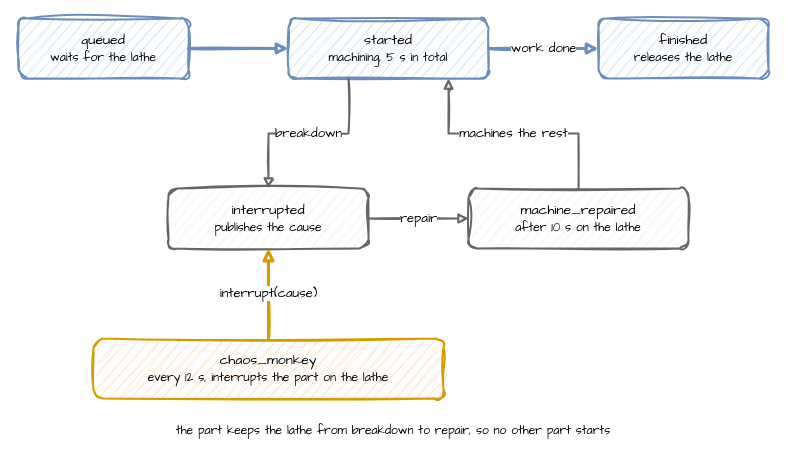
Before: docs/assets/diagrams/breakdown-interrupt.drawio in jaehyeon-kim/desflow, a draw.io diagram. Source tidied: cells renumbered, new cells numbered last; positions are measured from the earlier drawing's top-left corner, leaving out a move shared by most shapes. Both pictures are drawn from the tidied source at 100%, with x=0, y=0 at pixel (18, 18).
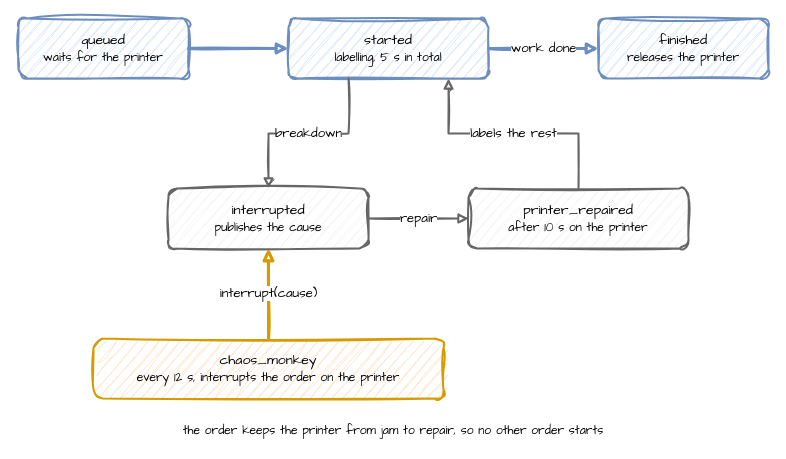
The same diagram, later.

What changed in the source:
```diff
@@
 <mxGraphModel>
   <root>
     <mxCell id="0" />
     <mxCell id="1" parent="0" />
-    <mxCell id="2" value="queued&lt;br&gt;&lt;font style='font-size:12px'&gt;waits for the lathe&lt;/font&gt;" style="rounded=1;whiteSpace=wrap;html=1;sketch=1;curveFitting=1;jiggle=2;fontFamily=Comic Sans MS;fontSize=14;fillColor=#dae8fc;strokeColor=#6c8ebf;strokeWidth=2;" parent="1" vertex="1">
+    <mxCell id="2" value="queued&lt;br&gt;&lt;font style='font-size:12px'&gt;waits for the printer&lt;/font&gt;" style="rounded=1;whiteSpace=wrap;html=1;sketch=1;curveFitting=1;jiggle=2;fontFamily=Comic Sans MS;fontSize=14;fillColor=#dae8fc;strokeColor=#6c8ebf;strokeWidth=2;" parent="1" vertex="1">
       <mxGeometry width="170" height="60" as="geometry" />
     </mxCell>
-    <mxCell id="3" value="started&lt;br&gt;&lt;font style='font-size:12px'&gt;machining, 5 s in total&lt;/font&gt;" style="rounded=1;whiteSpace=wrap;html=1;sketch=1;curveFitting=1;jiggle=2;fontFamily=Comic Sans MS;fontSize=14;fillColor=#dae8fc;strokeColor=#6c8ebf;strokeWidth=2;" parent="1" vertex="1">
+    <mxCell id="3" value="started&lt;br&gt;&lt;font style='font-size:12px'&gt;labelling, 5 s in total&lt;/font&gt;" style="rounded=1;whiteSpace=wrap;html=1;sketch=1;curveFitting=1;jiggle=2;fontFamily=Comic Sans MS;fontSize=14;fillColor=#dae8fc;strokeColor=#6c8ebf;strokeWidth=2;" parent="1" vertex="1">
       <mxGeometry x="270" width="200" height="60" as="geometry" />
     </mxCell>
-    <mxCell id="4" value="finished&lt;br&gt;&lt;font style='font-size:12px'&gt;releases the lathe&lt;/font&gt;" style="rounded=1;whiteSpace=wrap;html=1;sketch=1;curveFitting=1;jiggle=2;fontFamily=Comic Sans MS;fontSize=14;fillColor=#dae8fc;strokeColor=#6c8ebf;strokeWidth=2;" parent="1" vertex="1">
+    <mxCell id="4" value="finished&lt;br&gt;&lt;font style='font-size:12px'&gt;releases the printer&lt;/font&gt;" style="rounded=1;whiteSpace=wrap;html=1;sketch=1;curveFitting=1;jiggle=2;fontFamily=Comic Sans MS;fontSize=14;fillColor=#dae8fc;strokeColor=#6c8ebf;strokeWidth=2;" parent="1" vertex="1">
       <mxGeometry x="580" width="170" height="60" as="geometry" />
     </mxCell>
     <mxCell id="5" style="edgeStyle=orthogonalEdgeStyle;rounded=0;sketch=1;html=1;strokeWidth=3;endArrow=block;strokeColor=#6c8ebf;fontFamily=Comic Sans MS;fontSize=13;labelBackgroundColor=#ffffff;exitX=1;exitY=0.5;exitDx=0;exitDy=0;entryX=0;entryY=0.5;entryDx=0;entryDy=0;" parent="1" edge="1" source="2" target="3">
       <mxGeometry relative="1" as="geometry" />
     </mxCell>
     <mxCell id="6" value="work done" style="edgeStyle=orthogonalEdgeStyle;rounded=0;sketch=1;html=1;strokeWidth=3;endArrow=block;strokeColor=#6c8ebf;fontFamily=Comic Sans MS;fontSize=13;labelBackgroundColor=#ffffff;exitX=1;exitY=0.5;exitDx=0;exitDy=0;entryX=0;entryY=0.5;entryDx=0;entryDy=0;" parent="1" edge="1" source="3" target="4">
       <mxGeometry relative="1" as="geometry" />
     </mxCell>
     <mxCell id="7" value="interrupted&lt;br&gt;&lt;font style='font-size:12px'&gt;publishes the cause&lt;/font&gt;" style="rounded=1;whiteSpace=wrap;html=1;sketch=1;curveFitting=1;jiggle=2;fontFamily=Comic Sans MS;fontSize=14;fillColor=#f5f5f5;strokeColor=#666666;strokeWidth=2;" parent="1" vertex="1">
       <mxGeometry x="150" y="170" width="200" height="60" as="geometry" />
     </mxCell>
-    <mxCell id="8" value="machine_repaired&lt;br&gt;&lt;font style='font-size:12px'&gt;after 10 s on the lathe&lt;/font&gt;" style="rounded=1;whiteSpace=wrap;html=1;sketch=1;curveFitting=1;jiggle=2;fontFamily=Comic Sans MS;fontSize=14;fillColor=#f5f5f5;strokeColor=#666666;strokeWidth=2;" parent="1" vertex="1">
+    <mxCell id="8" value="printer_repaired&lt;br&gt;&lt;font style='font-size:12px'&gt;after 10 s on the printer&lt;/font&gt;" style="rounded=1;whiteSpace=wrap;html=1;sketch=1;curveFitting=1;jiggle=2;fontFamily=Comic Sans MS;fontSize=14;fillColor=#f5f5f5;strokeColor=#666666;strokeWidth=2;" parent="1" vertex="1">
       <mxGeometry x="450" y="170" width="220" height="60" as="geometry" />
     </mxCell>
     <mxCell id="9" value="breakdown" style="edgeStyle=orthogonalEdgeStyle;rounded=0;sketch=1;html=1;strokeWidth=2;endArrow=block;strokeColor=#666666;fontFamily=Comic Sans MS;fontSize=13;labelBackgroundColor=#ffffff;exitX=0.3;exitY=1;exitDx=0;exitDy=0;entryX=0.5;entryY=0;entryDx=0;entryDy=0;" parent="1" edge="1" source="3" target="7">
       <mxGeometry relative="1" as="geometry" />
     </mxCell>
     <mxCell id="10" value="repair" style="edgeStyle=orthogonalEdgeStyle;rounded=0;sketch=1;html=1;strokeWidth=2;endArrow=block;strokeColor=#666666;fontFamily=Comic Sans MS;fontSize=13;labelBackgroundColor=#ffffff;exitX=1;exitY=0.5;exitDx=0;exitDy=0;entryX=0;entryY=0.5;entryDx=0;entryDy=0;" parent="1" edge="1" source="7" target="8">
       <mxGeometry relative="1" as="geometry" />
     </mxCell>
-    <mxCell id="11" value="machines the rest" style="edgeStyle=orthogonalEdgeStyle;rounded=0;sketch=1;html=1;strokeWidth=2;endArrow=block;strokeColor=#666666;fontFamily=Comic Sans MS;fontSize=13;labelBackgroundColor=#ffffff;exitX=0.5;exitY=0;exitDx=0;exitDy=0;entryX=0.8;entryY=1;entryDx=0;entryDy=0;" parent="1" edge="1" source="8" target="3">
+    <mxCell id="11" value="labels the rest" style="edgeStyle=orthogonalEdgeStyle;rounded=0;sketch=1;html=1;strokeWidth=2;endArrow=block;strokeColor=#666666;fontFamily=Comic Sans MS;fontSize=13;labelBackgroundColor=#ffffff;exitX=0.5;exitY=0;exitDx=0;exitDy=0;entryX=0.8;entryY=1;entryDx=0;entryDy=0;" parent="1" edge="1" source="8" target="3">
       <mxGeometry relative="1" as="geometry" />
     </mxCell>
-    <mxCell id="12" value="chaos_monkey&lt;br&gt;&lt;font style='font-size:12px'&gt;every 12 s, interrupts the part on the lathe&lt;/font&gt;" style="rounded=1;whiteSpace=wrap;html=1;sketch=1;curveFitting=1;jiggle=2;fontFamily=Comic Sans MS;fontSize=14;fillColor=#ffe6cc;strokeColor=#d79b00;strokeWidth=2;" parent="1" vertex="1">
+    <mxCell id="12" value="chaos_monkey&lt;br&gt;&lt;font style='font-size:12px'&gt;every 12 s, interrupts the order on the printer&lt;/font&gt;" style="rounded=1;whiteSpace=wrap;html=1;sketch=1;curveFitting=1;jiggle=2;fontFamily=Comic Sans MS;fontSize=14;fillColor=#ffe6cc;strokeColor=#d79b00;strokeWidth=2;" parent="1" vertex="1">
       <mxGeometry x="75" y="320" width="350" height="60" as="geometry" />
     </mxCell>
     <mxCell id="13" value="interrupt(cause)" style="edgeStyle=orthogonalEdgeStyle;rounded=0;sketch=1;html=1;strokeWidth=3;endArrow=block;strokeColor=#d79b00;fontFamily=Comic Sans MS;fontSize=13;labelBackgroundColor=#ffffff;exitX=0.5;exitY=0;exitDx=0;exitDy=0;entryX=0.5;entryY=1;entryDx=0;entryDy=0;" parent="1" edge="1" source="12" target="7">
       <mxGeometry relative="1" as="geometry" />
     </mxCell>
-    <mxCell id="14" value="&lt;font style='font-size:12px'&gt;the part keeps the lathe from breakdown to repair, so no other part starts&lt;/font&gt;" style="text;html=1;align=center;verticalAlign=middle;whiteSpace=wrap;html=1;sketch=1;curveFitting=1;jiggle=2;fontFamily=Comic Sans MS;fontSize=14;" parent="1" vertex="1">
+    <mxCell id="14" value="&lt;font style='font-size:12px'&gt;the order keeps the printer from jam to repair, so no other order starts&lt;/font&gt;" style="text;html=1;align=center;verticalAlign=middle;whiteSpace=wrap;html=1;sketch=1;curveFitting=1;jiggle=2;fontFamily=Comic Sans MS;fontSize=14;" parent="1" vertex="1">
       <mxGeometry y="400" width="750" height="24" as="geometry" />
     </mxCell>
   </root>
 </mxGraphModel>
```
